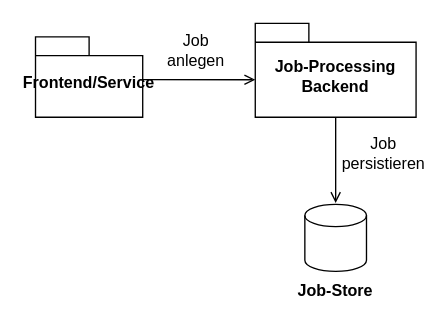
Above: Paper/drawio/contextView.drawio in murfei/FaultTolerantJobProcessing (draw.io), before the change. Source tidied: cells renumbered, new cells numbered last; positions are measured from the earlier drawing's top-left corner, leaving out a move shared by most shapes. Both pictures are drawn from the tidied source at 134%, with x=0, y=0 at pixel (35, 23).
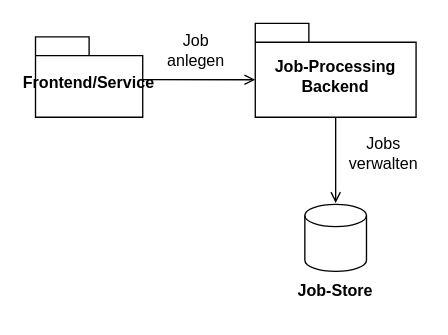
The same diagram, later.

Change to the diagram source:
```diff
@@
 <mxGraphModel>
   <root>
     <mxCell id="0" />
     <mxCell id="1" parent="0" />
     <mxCell id="2" value="Frontend/Service" style="shape=folder;fontStyle=1;spacingTop=10;tabWidth=40;tabHeight=14;tabPosition=left;html=1;whiteSpace=wrap;" parent="1" vertex="1">
       <mxGeometry y="10" width="80" height="60" as="geometry" />
     </mxCell>
     <mxCell id="3" value="Job-Processing Backend" style="shape=folder;fontStyle=1;spacingTop=10;tabWidth=40;tabHeight=14;tabPosition=left;html=1;whiteSpace=wrap;" parent="1" vertex="1">
       <mxGeometry x="164" width="120" height="70" as="geometry" />
     </mxCell>
     <mxCell id="4" style="endArrow=open;html=1;rounded=0;exitX=0.994;exitY=0.532;exitDx=0;exitDy=0;exitPerimeter=0;entryX=0;entryY=0;entryDx=0;entryDy=42;entryPerimeter=0;endFill=0;" parent="1" edge="1" source="2" target="3">
       <mxGeometry relative="1" as="geometry" />
     </mxCell>
     <mxCell id="5" value="Job anlegen" style="text;html=1;whiteSpace=wrap;strokeColor=none;fillColor=none;align=center;verticalAlign=middle;rounded=0;" parent="1" vertex="1">
       <mxGeometry x="90" y="5" width="60" height="30" as="geometry" />
     </mxCell>
     <mxCell id="6" style="endArrow=open;html=1;rounded=0;exitX=0.5;exitY=1;exitDx=0;exitDy=0;exitPerimeter=0;entryX=0;entryY=0;entryDx=55;entryDy=14;entryPerimeter=0;endFill=0;" parent="1" edge="1" source="3">
       <mxGeometry relative="1" as="geometry">
         <mxPoint x="224" y="134" as="targetPoint" />
       </mxGeometry>
     </mxCell>
-    <mxCell id="7" value="Job persistieren" style="text;html=1;whiteSpace=wrap;strokeColor=none;fillColor=none;align=center;verticalAlign=middle;rounded=0;" parent="1" vertex="1">
+    <mxCell id="7" value="Jobs verwalten" style="text;html=1;whiteSpace=wrap;strokeColor=none;fillColor=none;align=center;verticalAlign=middle;rounded=0;" parent="1" vertex="1">
       <mxGeometry x="230" y="82" width="60" height="30" as="geometry" />
     </mxCell>
     <mxCell id="8" style="strokeWidth=1;html=1;shape=mxgraph.flowchart.database;whiteSpace=wrap;" parent="1" vertex="1">
       <mxGeometry x="201" y="135" width="46" height="50" as="geometry" />
     </mxCell>
     <mxCell id="9" value="&lt;b&gt;Job-Store&lt;/b&gt;" style="text;html=1;whiteSpace=wrap;strokeColor=none;fillColor=none;align=center;verticalAlign=middle;rounded=0;" parent="1" vertex="1">
       <mxGeometry x="194" y="185" width="60" height="30" as="geometry" />
     </mxCell>
   </root>
 </mxGraphModel>
```
